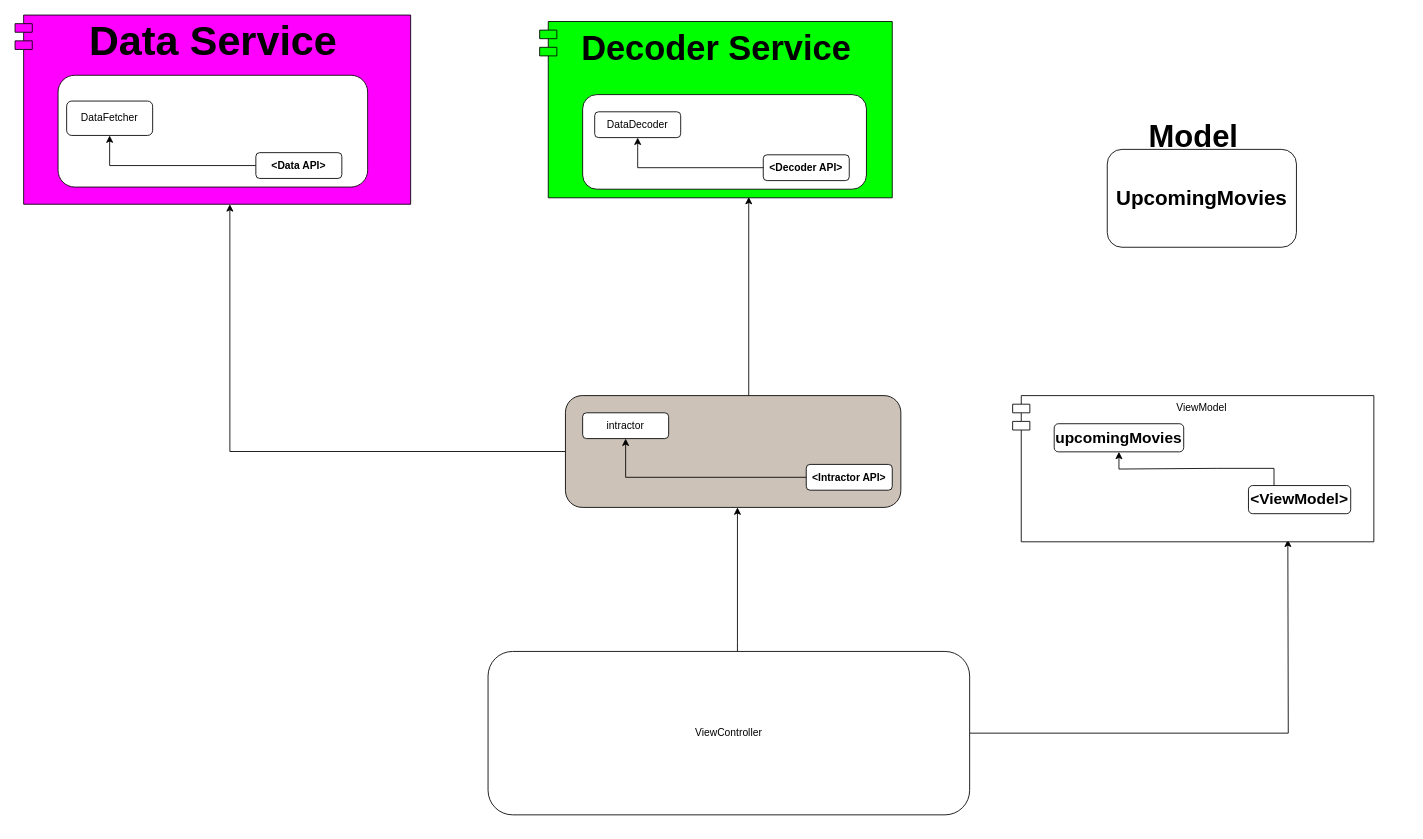
Above: page "Page-1" (1 of 2) of Resource/upcomingMovies.drawio in LetsBuildApps/UpcomingMovies (draw.io), before the change. Source tidied: cells renumbered, new cells numbered last; positions are measured from the earlier drawing's top-left corner, leaving out a move shared by most shapes. Both pictures are drawn from the tidied source at 86%, with x=0, y=0 at pixel (15, 15).
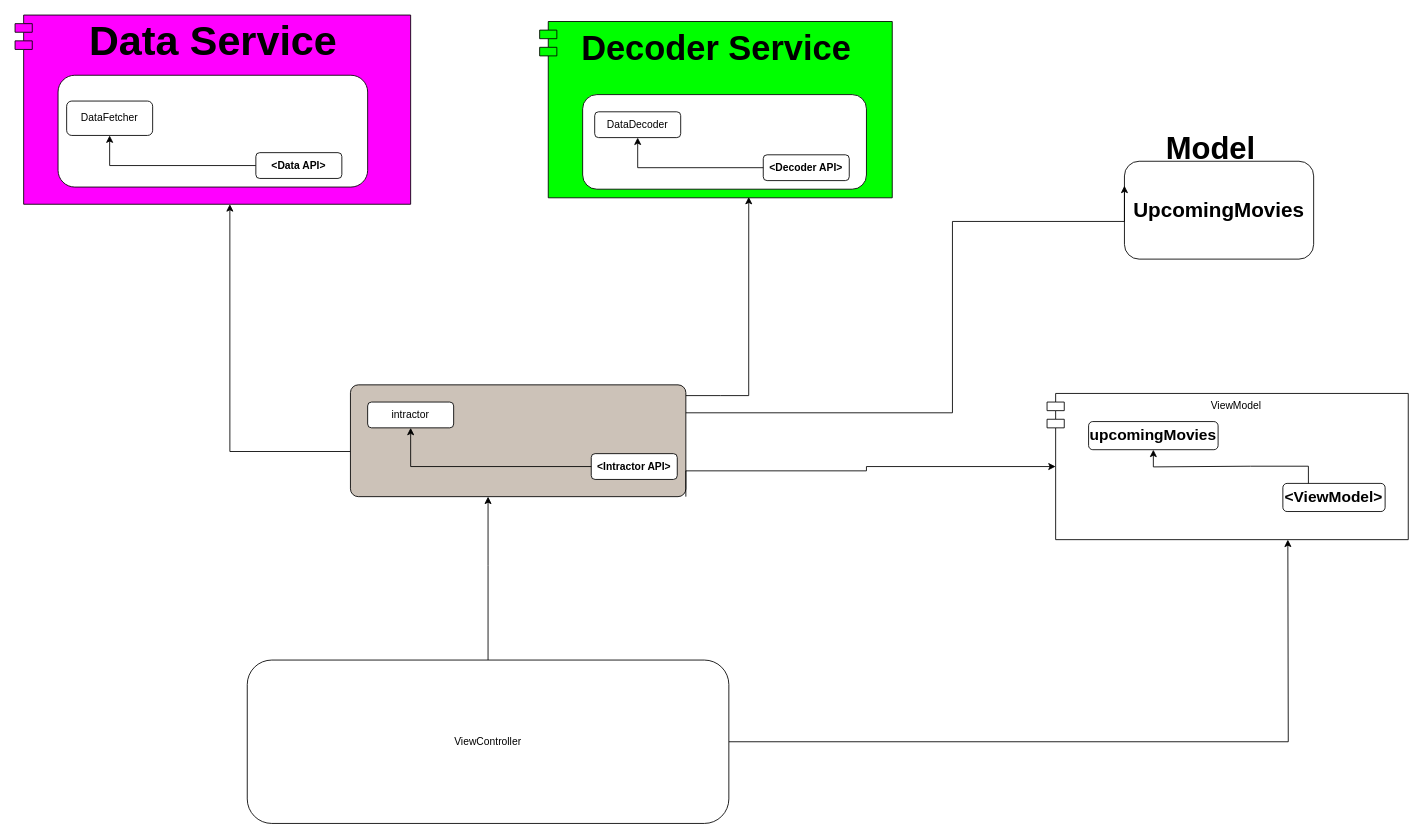
The same diagram, later.

Commit message (it also covers changes not shown here):
updated uml diagram

Unchanged cells that the change refers to:
```xml
<mxCell id="27" value="ViewModel&#10;" style="shape=module;align=left;spacingLeft=20;align=center;verticalAlign=top;" parent="26" vertex="1">
  <mxGeometry width="420" height="170" as="geometry" />
</mxCell>
<mxCell id="32" value="&lt;span&gt;&lt;b&gt;&lt;font style=&quot;font-size: 24px&quot;&gt;UpcomingMovies&lt;/font&gt;&lt;/b&gt;&lt;/span&gt;" style="rounded=1;whiteSpace=wrap;html=1;" parent="31" vertex="1">
  <mxGeometry y="26.2" width="220" height="113.8" as="geometry" />
</mxCell>
```

The edit, as a diff of the source:
```diff
@@
     <mxCell id="4" style="edgeStyle=orthogonalEdgeStyle;rounded=0;jettySize=auto;html=1;" parent="1" edge="1" source="6" target="22">
       <mxGeometry relative="1" as="geometry">
         <Array as="points">
-          <mxPoint x="840" y="730" />
-          <mxPoint x="840" y="730" />
+          <mxPoint x="550" y="640" />
+          <mxPoint x="550" y="640" />
         </Array>
       </mxGeometry>
     </mxCell>
@@
     <mxCell id="6" value="ViewController" style="rounded=1;whiteSpace=wrap;html=1;" parent="1" vertex="1">
-      <mxGeometry x="550" y="740" width="560" height="190" as="geometry" />
+      <mxGeometry x="270" y="750" width="560" height="190" as="geometry" />
     </mxCell>
@@
     <mxCell id="21" style="group;" parent="1" vertex="1">
-      <mxGeometry x="640" y="442.5" width="390" height="130" as="geometry" />
+      <mxGeometry x="390" y="430" width="390" height="130" as="geometry" />
     </mxCell>
-    <mxCell id="22" style="rounded=1;whiteSpace=wrap;html=1;fillColor=#CCC2B8;" parent="21" vertex="1">
+    <mxCell id="22" style="rounded=1;whiteSpace=wrap;html=1;fillColor=#CCC2B8;arcSize=7;" parent="21" vertex="1">
       <mxGeometry width="390" height="130" as="geometry" />
     </mxCell>
@@
     <mxCell id="26" style="group;" parent="1" vertex="1">
-      <mxGeometry x="1160" y="442.5" width="420" height="170" as="geometry" />
+      <mxGeometry x="1200" y="440" width="420" height="170" as="geometry" />
     </mxCell>
@@
     <mxCell id="31" style="group;" parent="1" vertex="1">
-      <mxGeometry x="1270" y="130" width="220" height="140" as="geometry" />
+      <mxGeometry x="1290" y="143.8" width="220" height="140" as="geometry" />
     </mxCell>
@@
+    <mxCell id="34" style="edgeStyle=orthogonalEdgeStyle;rounded=0;jettySize=auto;html=1;exitX=1;exitY=0.25;exitDx=0;exitDy=0;entryX=0;entryY=0.25;entryDx=0;entryDy=0;" parent="1" edge="1" source="22" target="32">
+      <mxGeometry relative="1" as="geometry">
+        <Array as="points">
+          <mxPoint x="1090" y="463" />
+          <mxPoint x="1090" y="240" />
+          <mxPoint x="1290" y="240" />
+        </Array>
+      </mxGeometry>
+    </mxCell>
+    <mxCell id="35" style="edgeStyle=orthogonalEdgeStyle;rounded=0;jettySize=auto;html=1;exitX=1;exitY=1;exitDx=0;exitDy=0;entryX=0;entryY=0.5;entryDx=10;entryDy=0;entryPerimeter=0;" parent="1" edge="1" source="22" target="27">
+      <mxGeometry relative="1" as="geometry">
+        <Array as="points">
+          <mxPoint x="780" y="530" />
+          <mxPoint x="990" y="530" />
+          <mxPoint x="990" y="525" />
+        </Array>
+      </mxGeometry>
+    </mxCell>
```
